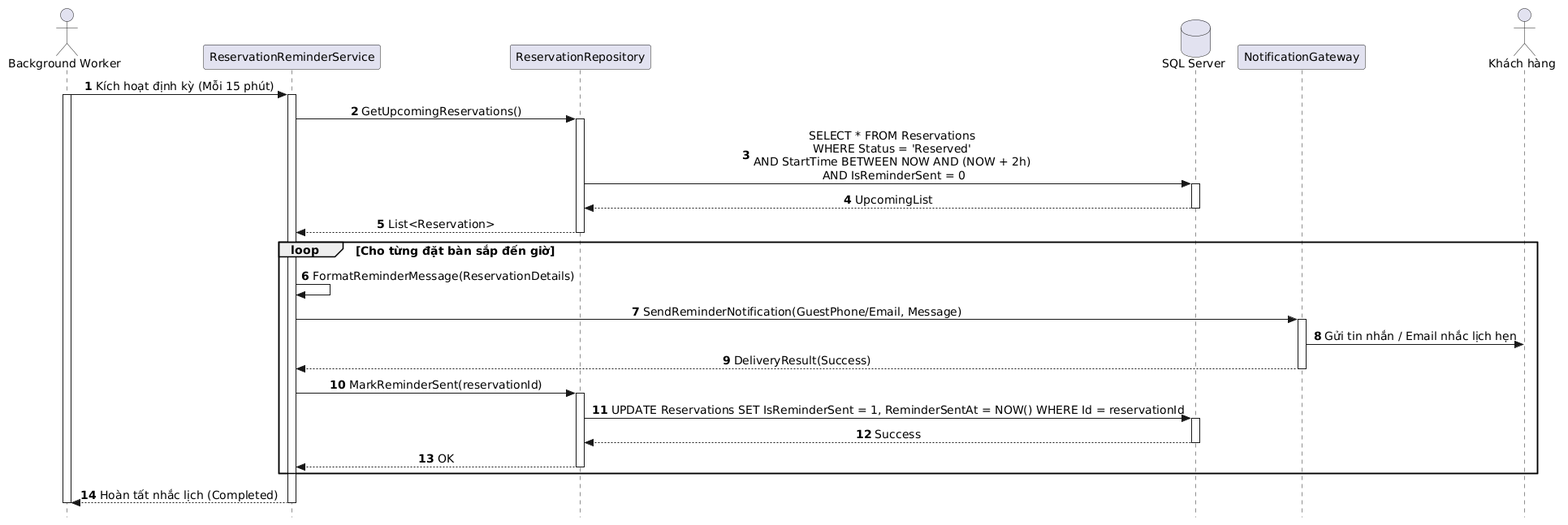
This is out/docs/puml/sequences/SD_UC_S3_Gui_Thong_Bao_Nhac_Hen_Dat_Ban/SD_UC_S3_Gui_Thong_Bao_Nhac_Hen_Dat_Ban.png from AndrewQng/VinDining, a PlantUML export, as it was before one commit. Its diagram source:
```plantuml
@startuml
autonumber
skinparam style strictuml
skinparam sequenceMessageAlign center
skinparam responseMessageBelowArrow true
skinparam defaultFontName "Segoe UI", Arial, sans-serif
skinparam defaultFontSize 14

actor "Background Worker" as Worker
participant "ReservationReminderService" as Service
participant "ReservationRepository" as Repo
database "SQL Server" as DB
participant "NotificationGateway" as Gateway
actor "Khách hàng" as Guest

Worker -> Service: Kích hoạt định kỳ (Mỗi 15 phút)
activate Worker
activate Service

Service -> Repo: GetUpcomingReservations()
activate Repo
Repo -> DB: SELECT * FROM Reservations \nWHERE Status = 'Reserved' \nAND StartTime BETWEEN NOW AND (NOW + 2h) \nAND IsReminderSent = 0
activate DB
DB --> Repo: UpcomingList
deactivate DB
Repo --> Service: List<Reservation>
deactivate Repo

loop Cho từng đặt bàn sắp đến giờ
    Service -> Service: FormatReminderMessage(ReservationDetails)
    Service -> Gateway: SendReminderNotification(GuestPhone/Email, Message)
    activate Gateway
    Gateway -> Guest: Gửi tin nhắn / Email nhắc lịch hẹn
    Gateway --> Service: DeliveryResult(Success)
    deactivate Gateway

    Service -> Repo: MarkReminderSent(reservationId)
    activate Repo
    Repo -> DB: UPDATE Reservations SET IsReminderSent = 1, ReminderSentAt = NOW() WHERE Id = reservationId
    activate DB
    DB --> Repo: Success
    deactivate DB
    Repo --> Service: OK
    deactivate Repo
end

Service --> Worker: Hoàn tất nhắc lịch (Completed)
deactivate Service
deactivate Worker
@enduml
```
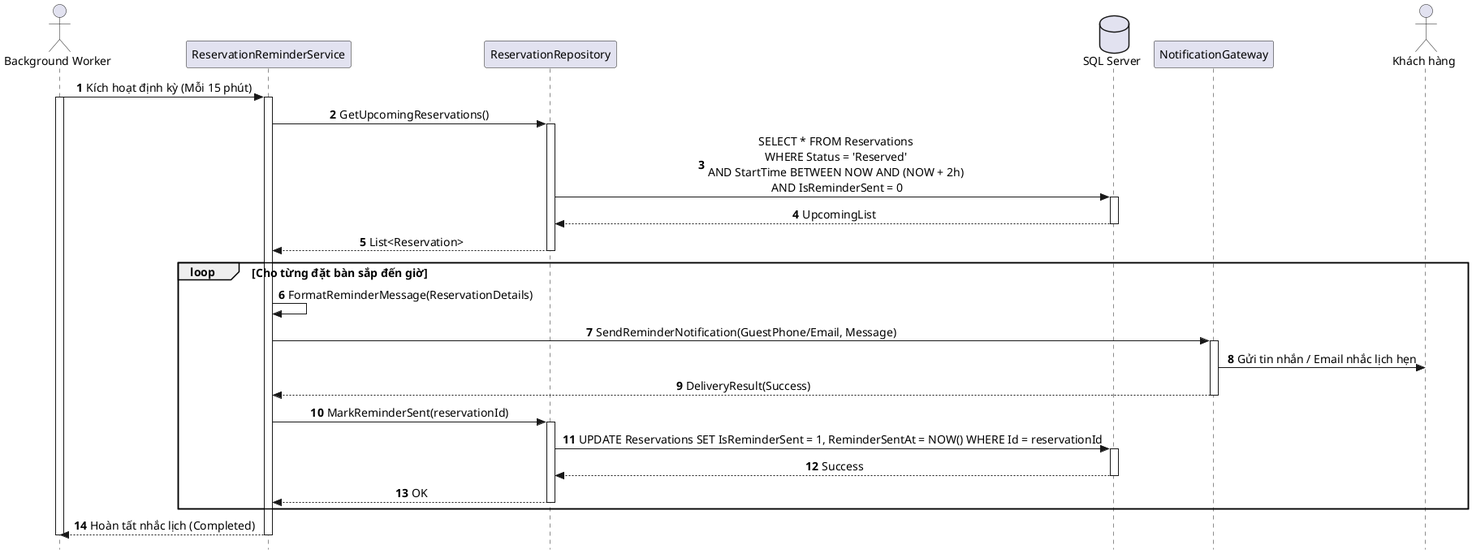
The same diagram one commit later.

Diff of the diagram source:
```diff
@@ -1,4 +1,4 @@
-@startuml
+@startuml SD_UC_S3_Gui_Thong_Bao_Nhac_Hen_Dat_Ban
 autonumber
 skinparam style strictuml
 skinparam sequenceMessageAlign center
```
